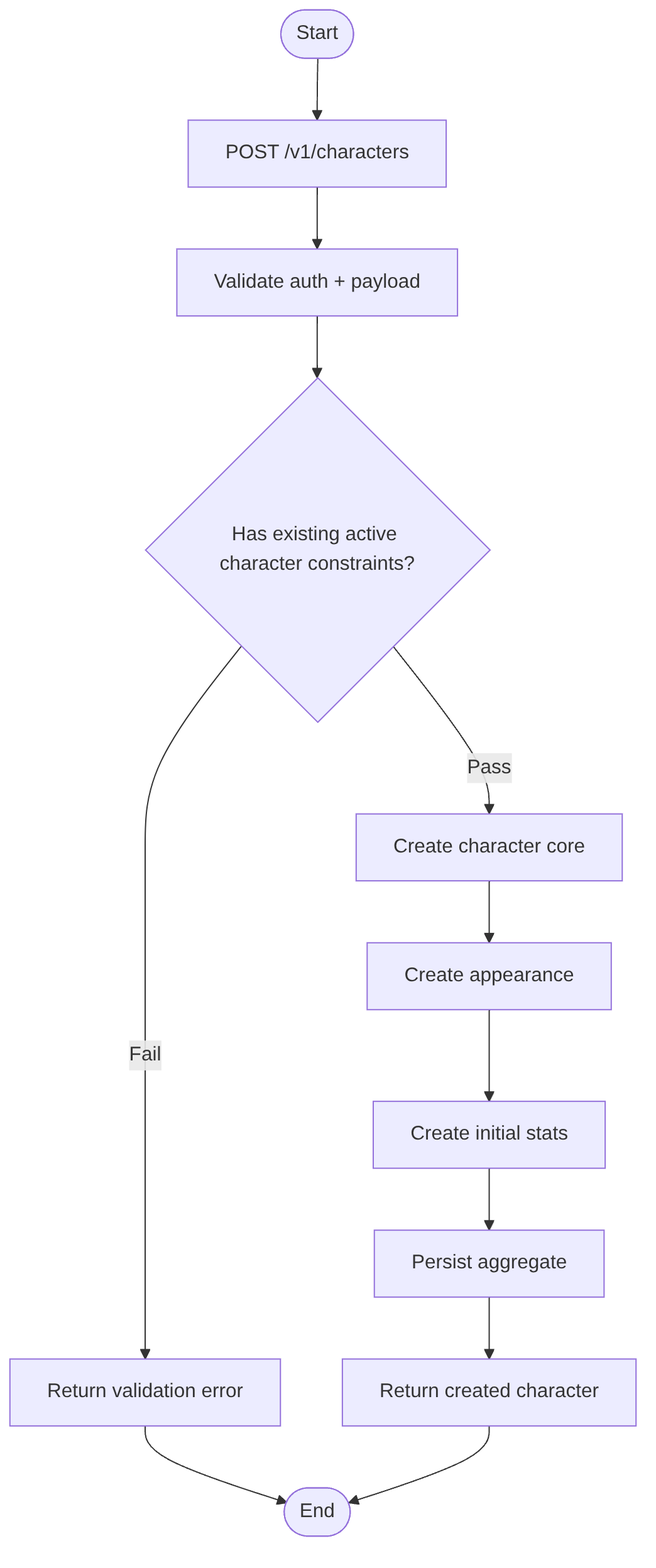
The Mermaid diagram Report/Images/activity-character-create.png in fortress-of-the-fallen/FotF-GDD, before a commit. Its source is kept beside it as Report/diagrams/activity-character-create.mmd.
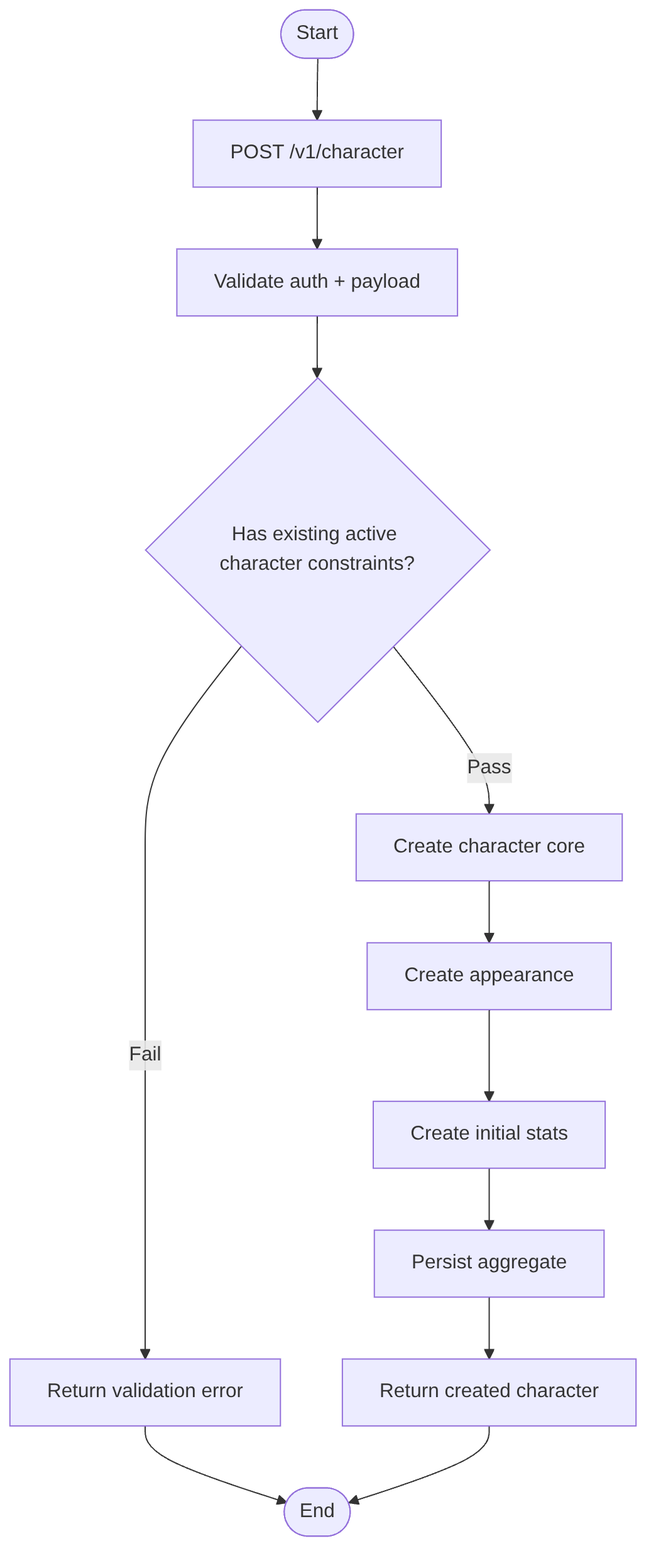
Above is the later version.

Diff of the diagram source:
```diff
@@ -1,5 +1,5 @@
 flowchart TD
-  A([Start]) --> B[POST /v1/characters]
+  A([Start]) --> B[POST /v1/character]
   B --> C[Validate auth + payload]
   C --> D{Has existing active character constraints?}
   D -->|Fail| X[Return validation error]
```
